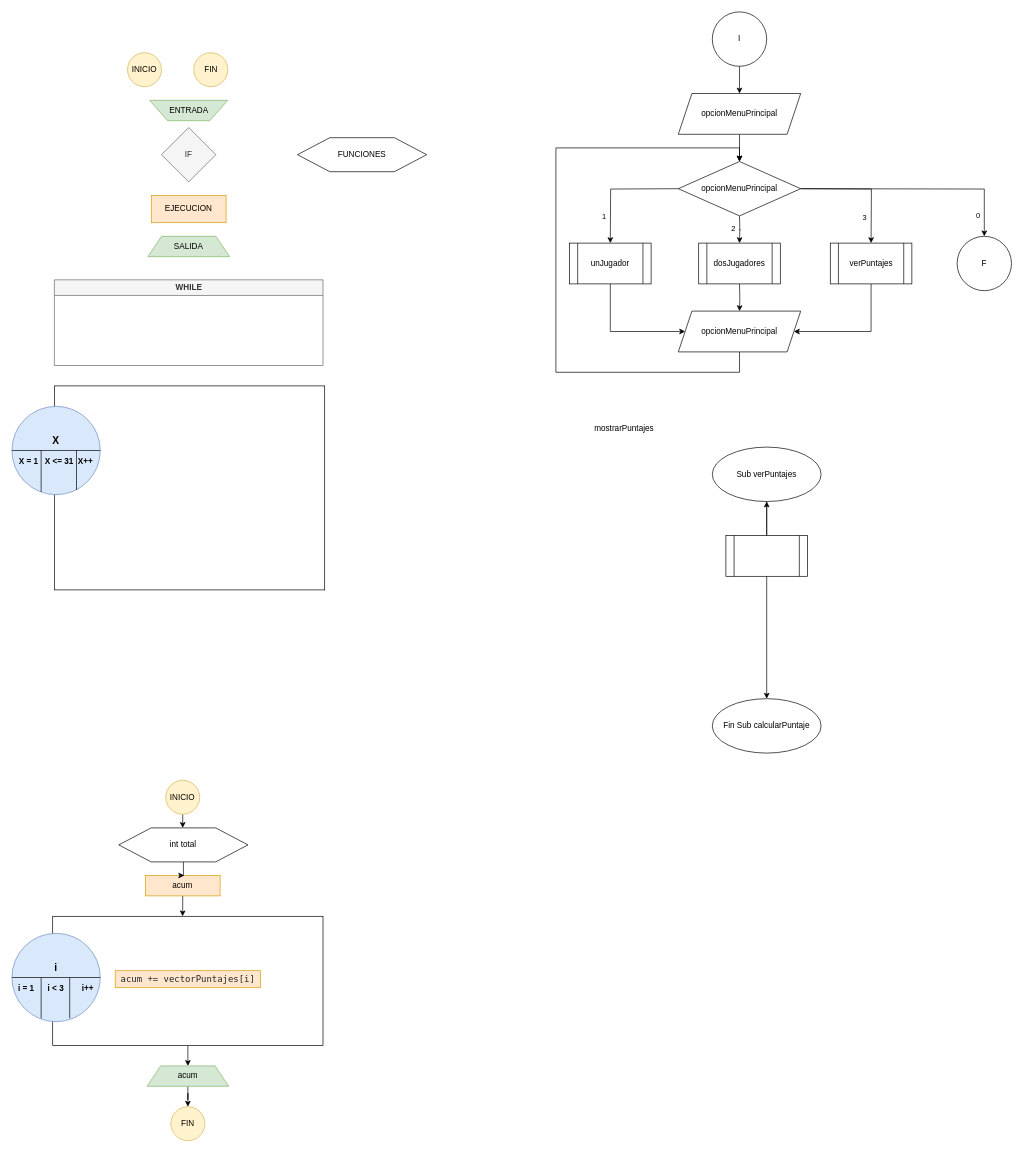
Above: diagrama de flujo.drawio in sirnas1983/utn.tup.progra1.tp2 (draw.io), before the change. Source tidied: cells renumbered, new cells numbered last; positions are measured from the earlier drawing's top-left corner, leaving out a move shared by most shapes. Both pictures are drawn from the tidied source at 68%, with x=0, y=0 at pixel (12, 12).
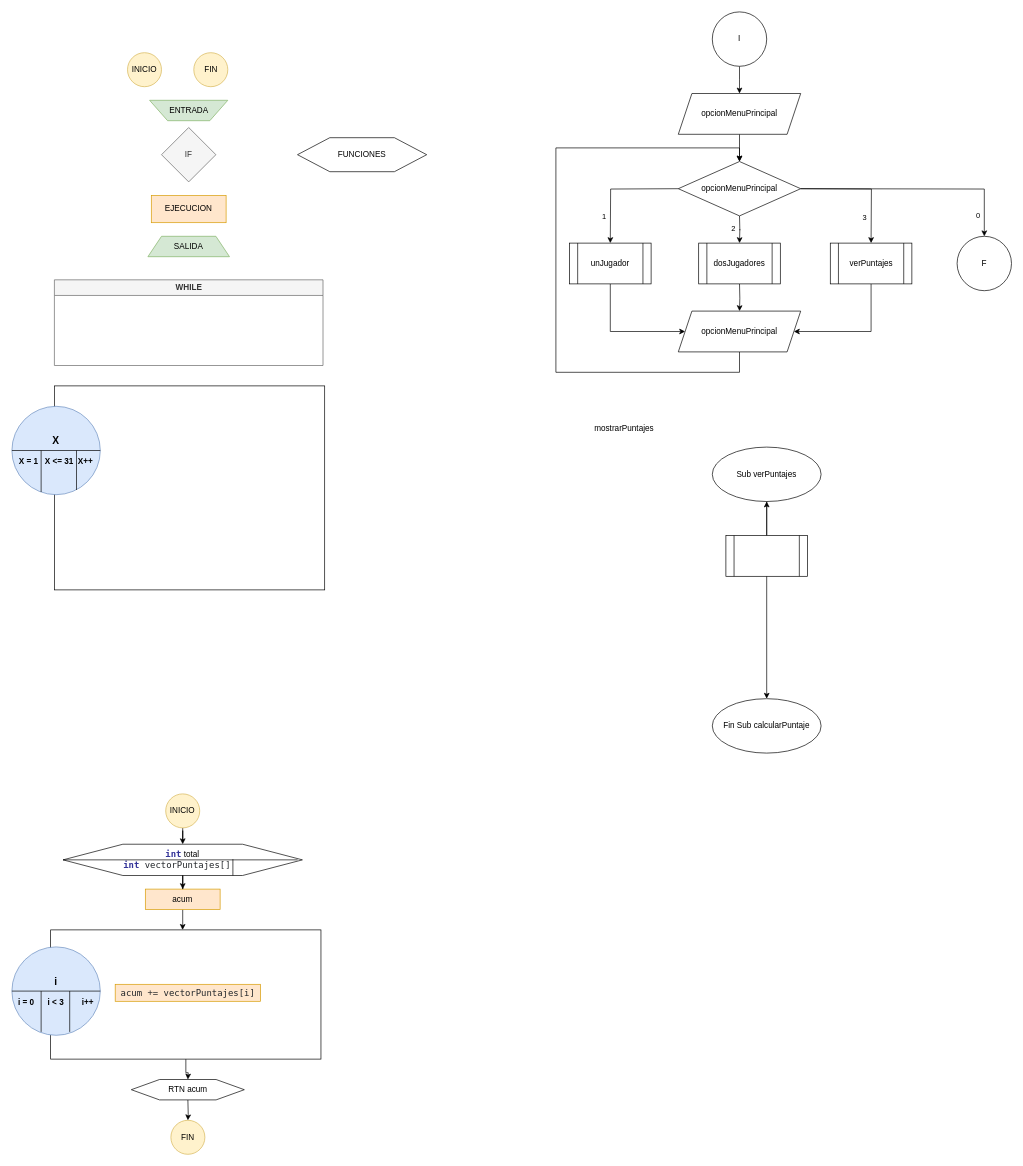
After the change.

Change to the diagram source:
```diff
@@
-    <mxCell id="43" style="edgeStyle=orthogonalEdgeStyle;rounded=0;jettySize=auto;html=1;" parent="1" edge="1" source="44" target="58">
-      <mxGeometry relative="1" as="geometry" />
+    <mxCell id="43" style="edgeStyle=orthogonalEdgeStyle;rounded=0;jettySize=auto;html=1;" parent="1" edge="1" source="44">
+      <mxGeometry relative="1" as="geometry">
+        <mxPoint x="258.8" y="1570" as="targetPoint" />
+      </mxGeometry>
     </mxCell>
     <mxCell id="44" style="rounded=0;whiteSpace=wrap;html=1;" parent="1" vertex="1">
-      <mxGeometry x="60" y="1330" width="397.5" height="190" as="geometry" />
+      <mxGeometry x="57" y="1350" width="397.5" height="190" as="geometry" />
     </mxCell>
-    <mxCell id="45" value="&lt;span style=&quot;font-size: 15px;&quot;&gt;&lt;b&gt;i&lt;/b&gt;&lt;/span&gt;&lt;br&gt;&lt;br&gt;&lt;b&gt;i = 1&amp;nbsp; &amp;nbsp; &amp;nbsp; i &amp;lt; 3&amp;nbsp; &amp;nbsp; &amp;nbsp; &amp;nbsp; i++&lt;/b&gt;" style="ellipse;whiteSpace=wrap;html=1;fillColor=#dae8fc;strokeColor=#6c8ebf;" parent="1" vertex="1">
-      <mxGeometry y="1355" width="130" height="130" as="geometry" />
+    <mxCell id="45" value="&lt;span style=&quot;font-size: 15px;&quot;&gt;&lt;b&gt;i&lt;/b&gt;&lt;/span&gt;&lt;br&gt;&lt;br&gt;&lt;b&gt;i = 0&amp;nbsp; &amp;nbsp; &amp;nbsp; i &amp;lt; 3&amp;nbsp; &amp;nbsp; &amp;nbsp; &amp;nbsp; i++&lt;/b&gt;" style="ellipse;whiteSpace=wrap;html=1;fillColor=#dae8fc;strokeColor=#6c8ebf;" parent="1" vertex="1">
+      <mxGeometry y="1375" width="130" height="130" as="geometry" />
     </mxCell>
     <mxCell id="46" style="line;strokeWidth=1;html=1;perimeter=backbonePerimeter;" parent="1" vertex="1">
-      <mxGeometry y="1415" width="130" height="10" as="geometry" />
+      <mxGeometry y="1435" width="130" height="10" as="geometry" />
     </mxCell>
     <mxCell id="47" style="line;strokeWidth=1;direction=south;html=1;" parent="1" vertex="1">
-      <mxGeometry x="38" y="1420" width="10" height="60" as="geometry" />
+      <mxGeometry x="38" y="1440" width="10" height="60" as="geometry" />
     </mxCell>
     <mxCell id="48" style="line;strokeWidth=1;direction=south;html=1;" parent="1" vertex="1">
-      <mxGeometry x="80" y="1420" width="10" height="60" as="geometry" />
+      <mxGeometry x="80" y="1440" width="10" height="60" as="geometry" />
     </mxCell>
-    <mxCell id="49" style="edgeStyle=orthogonalEdgeStyle;rounded=0;jettySize=auto;html=1;entryX=0.492;entryY=0.004;entryDx=0;entryDy=0;entryPerimeter=0;" parent="1" edge="1" source="50" target="54">
+    <mxCell id="49" style="edgeStyle=orthogonalEdgeStyle;rounded=0;jettySize=auto;html=1;entryX=0.5;entryY=0;entryDx=0;entryDy=0;" parent="1" edge="1" source="50" target="54">
       <mxGeometry relative="1" as="geometry" />
     </mxCell>
     <mxCell id="50" value="INICIO" style="ellipse;whiteSpace=wrap;html=1;fillColor=#fff2cc;strokeColor=#d6b656;" parent="1" vertex="1">
-      <mxGeometry x="226.2" y="1130" width="50" height="50" as="geometry" />
+      <mxGeometry x="226.2" y="1150" width="50" height="50" as="geometry" />
     </mxCell>
     <mxCell id="51" value="FIN" style="ellipse;whiteSpace=wrap;html=1;fillColor=#fff2cc;strokeColor=#d6b656;" parent="1" vertex="1">
-      <mxGeometry x="233.8" y="1610" width="50" height="50" as="geometry" />
+      <mxGeometry x="233.8" y="1630" width="50" height="50" as="geometry" />
     </mxCell>
     <mxCell id="52" style="edgeStyle=orthogonalEdgeStyle;rounded=0;jettySize=auto;html=1;" parent="1" edge="1" source="53">
       <mxGeometry relative="1" as="geometry">
-        <mxPoint x="251" y="1330" as="targetPoint" />
+        <mxPoint x="251" y="1350" as="targetPoint" />
       </mxGeometry>
     </mxCell>
     <mxCell id="53" value="acum" style="rounded=0;whiteSpace=wrap;html=1;fillColor=#ffe6cc;strokeColor=#d79b00;" parent="1" vertex="1">
-      <mxGeometry x="196.2" y="1270" width="110" height="30" as="geometry" />
+      <mxGeometry x="196.2" y="1290" width="110" height="30" as="geometry" />
     </mxCell>
-    <mxCell id="54" value="int total" style="shape=hexagon;perimeter=hexagonPerimeter2;whiteSpace=wrap;html=1;size=0.25;" parent="1" vertex="1">
-      <mxGeometry x="157.2" y="1200" width="190" height="50" as="geometry" />
+    <mxCell id="54" value="&lt;span style=&quot;color: rgb(51, 51, 153); font-weight: bold; font-family: SFMono-Regular, Menlo, Monaco, Consolas, &amp;quot;Liberation Mono&amp;quot;, &amp;quot;Courier New&amp;quot;, monospace; font-size: 13.125px; text-align: left; background-color: initial;&quot;&gt;int&lt;/span&gt;&amp;nbsp;total&lt;br&gt;&lt;pre style=&quot;box-sizing: border-box; font-family: SFMono-Regular, Menlo, Monaco, Consolas, &amp;quot;Liberation Mono&amp;quot;, &amp;quot;Courier New&amp;quot;, monospace; font-size: 13.125px; margin-top: 0px; margin-bottom: 0px; overflow: auto; color: rgb(33, 37, 41); text-align: left; line-height: 16.4062px;&quot; id=&quot;yui_3_17_2_1_1719522832613_25&quot;&gt;&lt;span style=&quot;box-sizing: border-box; color: rgb(51, 51, 153); font-weight: bold;&quot; id=&quot;yui_3_17_2_1_1719522832613_33&quot;&gt;int&lt;/span&gt; vectorPuntajes[]  &lt;/pre&gt;" style="shape=hexagon;perimeter=hexagonPerimeter2;whiteSpace=wrap;html=1;size=0.25;" parent="1" vertex="1">
+      <mxGeometry x="75.2" y="1224" width="352" height="46" as="geometry" />
     </mxCell>
     <mxCell id="55" value="&lt;pre style=&quot;box-sizing: border-box; font-family: SFMono-Regular, Menlo, Monaco, Consolas, &amp;quot;Liberation Mono&amp;quot;, &amp;quot;Courier New&amp;quot;, monospace; font-size: 13.125px; margin-top: 0px; margin-bottom: 0px; overflow: auto; color: rgb(33, 37, 41); text-align: left; line-height: 16.4062px;&quot; id=&quot;yui_3_17_2_1_1719407686035_30&quot;&gt;acum &lt;span style=&quot;box-sizing: border-box; color: rgb(51, 51, 51);&quot;&gt;+=&lt;/span&gt; vectorPuntajes[i]&lt;/pre&gt;" style="rounded=0;whiteSpace=wrap;html=1;fillColor=#ffe6cc;strokeColor=#d79b00;" parent="1" vertex="1">
-      <mxGeometry x="151.9" y="1410" width="213.8" height="25" as="geometry" />
+      <mxGeometry x="151.9" y="1430" width="213.8" height="25" as="geometry" />
     </mxCell>
-    <mxCell id="56" style="edgeStyle=orthogonalEdgeStyle;rounded=0;jettySize=auto;html=1;entryX=0.519;entryY=-0.022;entryDx=0;entryDy=0;entryPerimeter=0;" parent="1" edge="1" source="54" target="53">
+    <mxCell id="56" style="edgeStyle=orthogonalEdgeStyle;rounded=0;jettySize=auto;html=1;entryX=0.5;entryY=0;entryDx=0;entryDy=0;" parent="1" edge="1" source="54" target="53">
       <mxGeometry relative="1" as="geometry" />
     </mxCell>
-    <mxCell id="57" style="edgeStyle=orthogonalEdgeStyle;rounded=0;jettySize=auto;html=1;" parent="1" edge="1" source="58" target="51">
-      <mxGeometry relative="1" as="geometry" />
+    <mxCell id="57" style="edgeStyle=orthogonalEdgeStyle;rounded=0;jettySize=auto;html=1;" parent="1" edge="1" target="51">
+      <mxGeometry relative="1" as="geometry">
+        <mxPoint x="258.8" y="1600" as="sourcePoint" />
+      </mxGeometry>
     </mxCell>
-    <mxCell id="58" value="acum" style="shape=trapezoid;perimeter=trapezoidPerimeter;whiteSpace=wrap;html=1;fixedSize=1;fillColor=#d5e8d4;strokeColor=#82b366;" parent="1" vertex="1">
-      <mxGeometry x="198.8" y="1550" width="120" height="30" as="geometry" />
-    </mxCell>
+    <mxCell id="59" style="line;strokeWidth=1;html=1;perimeter=backbonePerimeter;" parent="1" vertex="1">
+      <mxGeometry x="75.2" y="1242" width="345" height="10" as="geometry" />
+    </mxCell>
+    <mxCell id="60" value="RTN acum" style="shape=hexagon;perimeter=hexagonPerimeter2;whiteSpace=wrap;html=1;size=0.25;" parent="1" vertex="1">
+      <mxGeometry x="175.6" y="1570" width="166.2" height="30" as="geometry" />
+    </mxCell>
+    <mxCell id="61" style="line;strokeWidth=1;direction=south;html=1;" parent="1" vertex="1">
+      <mxGeometry x="320" y="1246" width="10" height="24" as="geometry" />
+    </mxCell>
```
